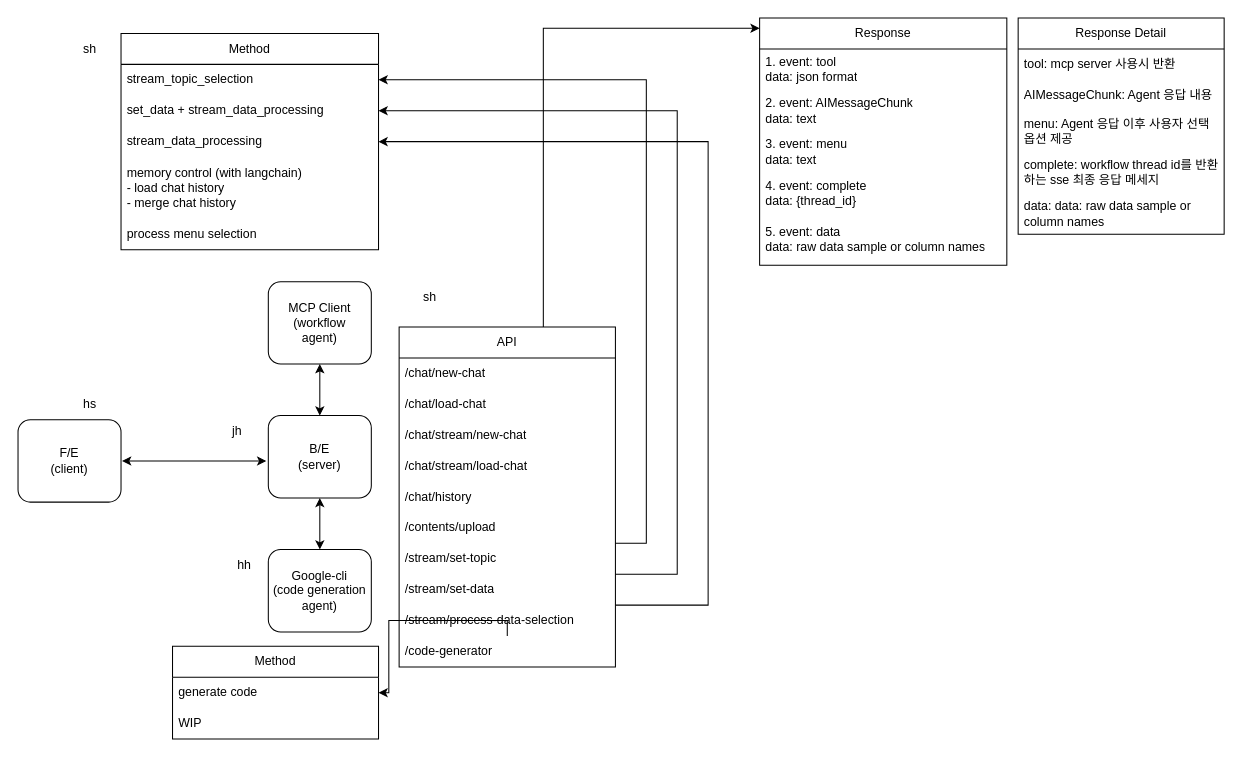
This is docs/vibecraft.drawio from vibecraft25/vibecraft-backend, a draw.io file, before an edit. Source tidied: cells renumbered, new cells numbered last; positions are measured from the earlier drawing's top-left corner, leaving out a move shared by most shapes. Both pictures are drawn from the tidied source at 103%, with x=0, y=0 at pixel (18, 18).
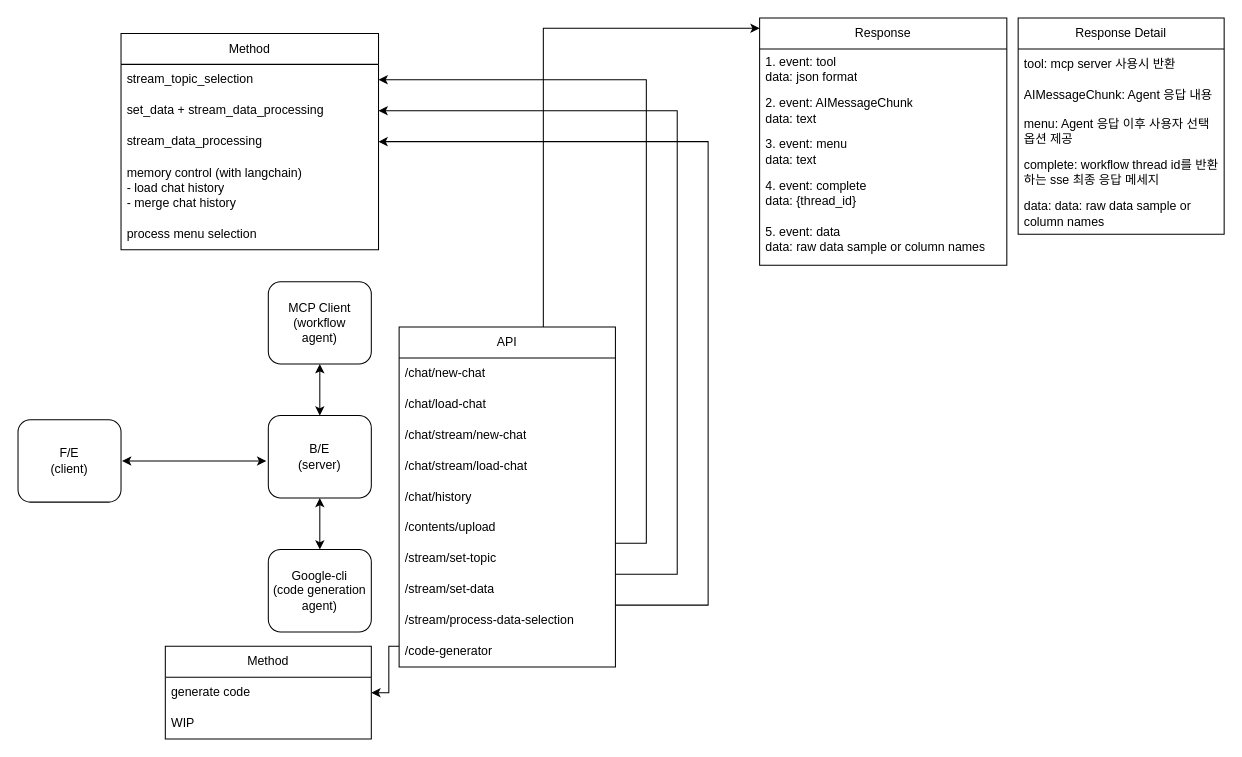
Above is the later version.

Unchanged cells that the change refers to:
```xml
<mxCell id="25" value="/code-generator" style="text;strokeColor=none;fillColor=none;align=left;verticalAlign=middle;spacingLeft=4;spacingRight=4;overflow=hidden;points=[[0,0.5],[1,0.5]];portConstraint=eastwest;whiteSpace=wrap;html=1;" parent="15" vertex="1">
  <mxGeometry y="300" width="210" height="30" as="geometry" />
</mxCell>
<mxCell id="27" value="generate code" style="text;strokeColor=none;fillColor=none;align=left;verticalAlign=middle;spacingLeft=4;spacingRight=4;overflow=hidden;points=[[0,0.5],[1,0.5]];portConstraint=eastwest;whiteSpace=wrap;html=1;" parent="26" vertex="1">
  <mxGeometry y="30" width="200" height="30" as="geometry" />
</mxCell>
```

Change to the diagram source:
```diff
@@
     <mxCell id="26" value="Method" style="swimlane;fontStyle=0;horizontal=1;startSize=30;whiteSpace=wrap;html=1;" parent="1" vertex="1">
-      <mxGeometry x="150" y="610" width="200" height="90" as="geometry" />
+      <mxGeometry x="143" y="610" width="200" height="90" as="geometry" />
     </mxCell>
@@
-    <mxCell id="42" value="sh" style="text;html=1;align=center;verticalAlign=middle;whiteSpace=wrap;rounded=0;" parent="1" vertex="1">
-      <mxGeometry x="40" y="15" width="60" height="30" as="geometry" />
-    </mxCell>
-    <mxCell id="43" value="jh" style="text;html=1;align=center;verticalAlign=middle;whiteSpace=wrap;rounded=0;" parent="1" vertex="1">
-      <mxGeometry x="183" y="386" width="60" height="30" as="geometry" />
-    </mxCell>
-    <mxCell id="44" value="hh" style="text;html=1;align=center;verticalAlign=middle;whiteSpace=wrap;rounded=0;" parent="1" vertex="1">
-      <mxGeometry x="190" y="516" width="60" height="30" as="geometry" />
-    </mxCell>
-    <mxCell id="45" value="hs" style="text;html=1;align=center;verticalAlign=middle;whiteSpace=wrap;rounded=0;" parent="1" vertex="1">
-      <mxGeometry x="40" y="360" width="60" height="30" as="geometry" />
-    </mxCell>
     <mxCell id="46" style="edgeStyle=orthogonalEdgeStyle;rounded=0;jettySize=auto;html=1;" parent="1" edge="1" source="25" target="27">
       <mxGeometry relative="1" as="geometry">
         <Array as="points">
-          <mxPoint x="360" y="585" />
+          <mxPoint x="360" y="610" />
           <mxPoint x="360" y="655" />
         </Array>
       </mxGeometry>
     </mxCell>
@@
-    <mxCell id="50" value="sh" style="text;html=1;align=center;verticalAlign=middle;whiteSpace=wrap;rounded=0;" parent="1" vertex="1">
-      <mxGeometry x="370" y="256" width="60" height="30" as="geometry" />
-    </mxCell>
```
